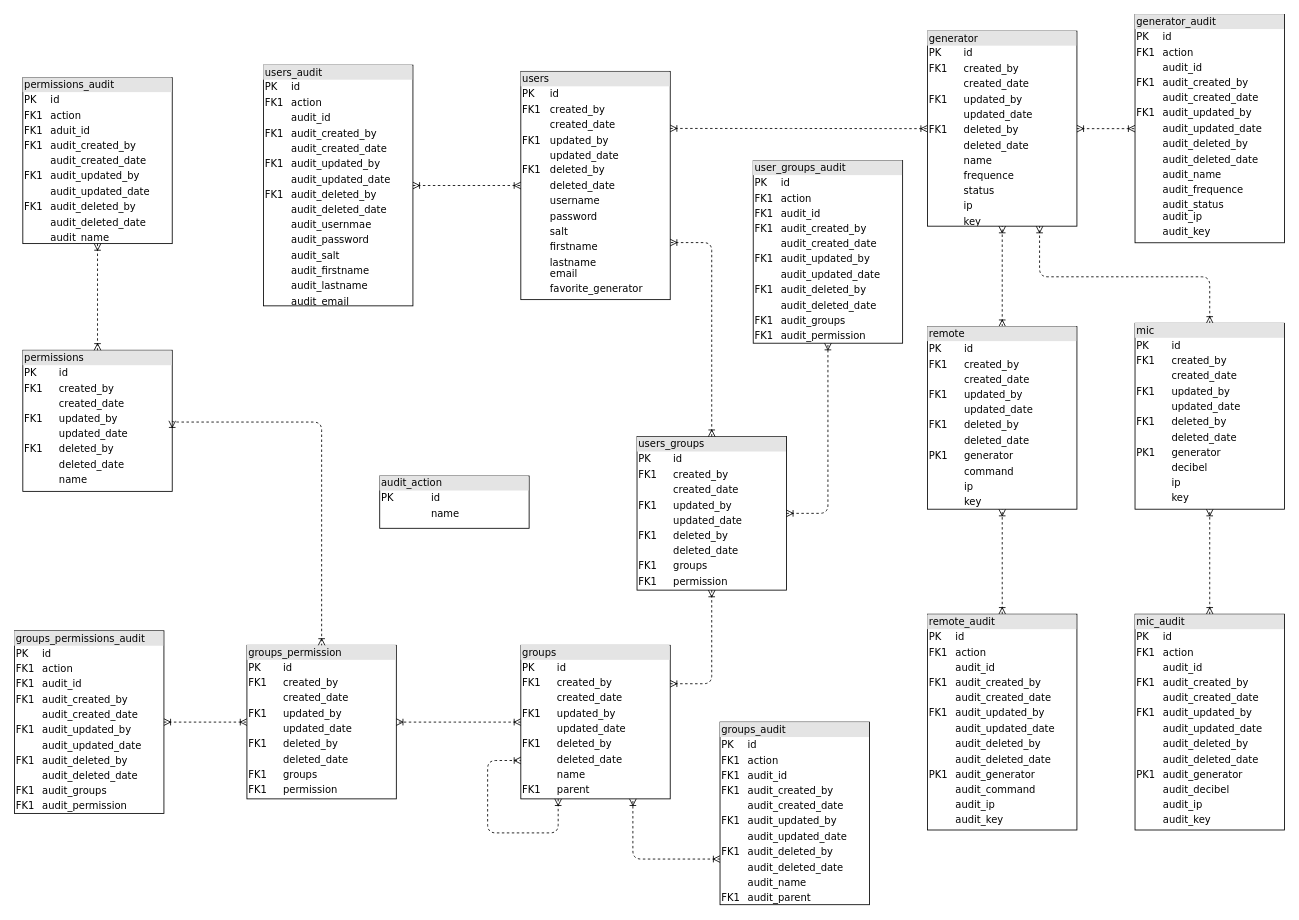
giuliobosco/freqline keeps this draw.io diagram as design/db.drawio. Above is the earlier version. Source tidied: cells renumbered, new cells numbered last; positions are measured from the earlier drawing's top-left corner, leaving out a move shared by most shapes. Both pictures are drawn from the tidied source at 83%, with x=0, y=0 at pixel (14, 14).
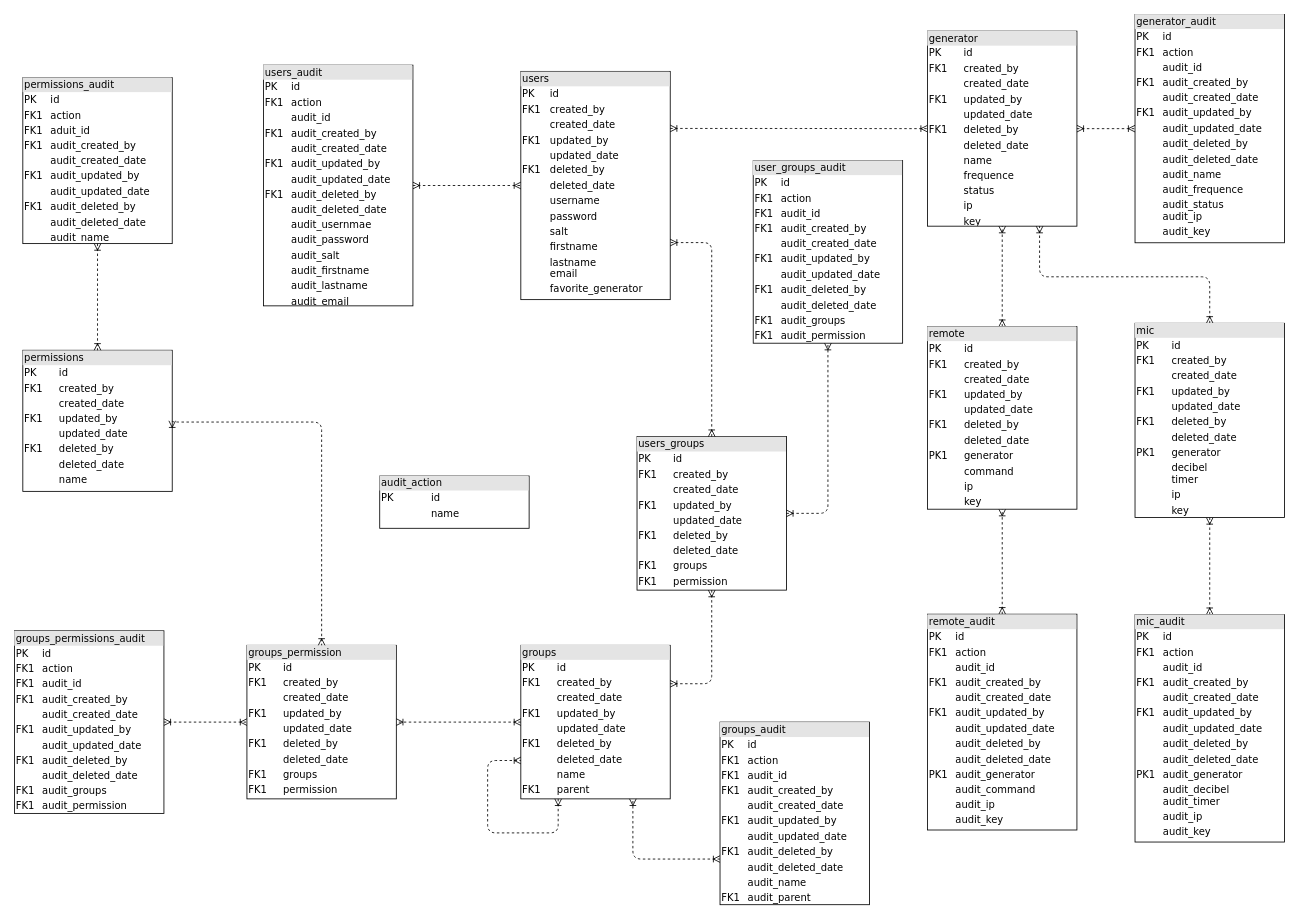
Above is the later version.

What changed in the source:
```diff
@@
-    <mxCell id="32" value="&lt;div style=&quot;box-sizing: border-box ; width: 100% ; background: #e4e4e4 ; padding: 2px&quot;&gt;mic&lt;/div&gt;&lt;table style=&quot;width: 100% ; font-size: 1em&quot; cellpadding=&quot;2&quot; cellspacing=&quot;0&quot;&gt;&lt;tbody&gt;&lt;tr&gt;&lt;td&gt;PK&lt;/td&gt;&lt;td&gt;id&lt;/td&gt;&lt;/tr&gt;&lt;tr&gt;&lt;td&gt;FK1&lt;/td&gt;&lt;td&gt;created_by&lt;/td&gt;&lt;/tr&gt;&lt;tr&gt;&lt;td&gt;&lt;/td&gt;&lt;td&gt;created_date&lt;/td&gt;&lt;/tr&gt;&lt;tr&gt;&lt;td&gt;FK1&lt;br&gt;&lt;/td&gt;&lt;td&gt;updated_by&lt;br&gt;&lt;/td&gt;&lt;/tr&gt;&lt;tr&gt;&lt;td&gt;&lt;br&gt;&lt;/td&gt;&lt;td&gt;updated_date&lt;/td&gt;&lt;/tr&gt;&lt;tr&gt;&lt;td&gt;FK1&lt;br&gt;&lt;/td&gt;&lt;td&gt;deleted_by&lt;br&gt;&lt;/td&gt;&lt;/tr&gt;&lt;tr&gt;&lt;td&gt;&lt;br&gt;&lt;/td&gt;&lt;td&gt;deleted_date&lt;br&gt;&lt;/td&gt;&lt;/tr&gt;&lt;tr&gt;&lt;td&gt;PK1&lt;/td&gt;&lt;td&gt;generator&lt;br&gt;&lt;/td&gt;&lt;/tr&gt;&lt;tr&gt;&lt;td&gt;&lt;/td&gt;&lt;td&gt;decibel&lt;/td&gt;&lt;/tr&gt;&lt;tr&gt;&lt;td&gt;&lt;br&gt;&lt;/td&gt;&lt;td&gt;ip&lt;br&gt;&lt;/td&gt;&lt;/tr&gt;&lt;tr&gt;&lt;td&gt;&lt;br&gt;&lt;/td&gt;&lt;td&gt;key&lt;/td&gt;&lt;/tr&gt;&lt;/tbody&gt;&lt;/table&gt;" style="verticalAlign=top;align=left;overflow=fill;html=1;rounded=0;shadow=0;comic=0;labelBackgroundColor=none;strokeColor=#000000;strokeWidth=1;fillColor=#ffffff;fontFamily=Verdana;fontSize=12;fontColor=#000000;" parent="1" vertex="1">
-      <mxGeometry x="1350" y="372" width="180" height="224" as="geometry" />
+    <mxCell id="32" value="&lt;div style=&quot;box-sizing: border-box ; width: 100% ; background: #e4e4e4 ; padding: 2px&quot;&gt;mic&lt;/div&gt;&lt;table style=&quot;width: 100% ; font-size: 1em&quot; cellpadding=&quot;2&quot; cellspacing=&quot;0&quot;&gt;&lt;tbody&gt;&lt;tr&gt;&lt;td&gt;PK&lt;/td&gt;&lt;td&gt;id&lt;/td&gt;&lt;/tr&gt;&lt;tr&gt;&lt;td&gt;FK1&lt;/td&gt;&lt;td&gt;created_by&lt;/td&gt;&lt;/tr&gt;&lt;tr&gt;&lt;td&gt;&lt;/td&gt;&lt;td&gt;created_date&lt;/td&gt;&lt;/tr&gt;&lt;tr&gt;&lt;td&gt;FK1&lt;br&gt;&lt;/td&gt;&lt;td&gt;updated_by&lt;br&gt;&lt;/td&gt;&lt;/tr&gt;&lt;tr&gt;&lt;td&gt;&lt;br&gt;&lt;/td&gt;&lt;td&gt;updated_date&lt;/td&gt;&lt;/tr&gt;&lt;tr&gt;&lt;td&gt;FK1&lt;br&gt;&lt;/td&gt;&lt;td&gt;deleted_by&lt;br&gt;&lt;/td&gt;&lt;/tr&gt;&lt;tr&gt;&lt;td&gt;&lt;br&gt;&lt;/td&gt;&lt;td&gt;deleted_date&lt;br&gt;&lt;/td&gt;&lt;/tr&gt;&lt;tr&gt;&lt;td&gt;PK1&lt;/td&gt;&lt;td&gt;generator&lt;br&gt;&lt;/td&gt;&lt;/tr&gt;&lt;tr&gt;&lt;td&gt;&lt;/td&gt;&lt;td&gt;decibel&lt;br&gt;timer&lt;/td&gt;&lt;/tr&gt;&lt;tr&gt;&lt;td&gt;&lt;br&gt;&lt;/td&gt;&lt;td&gt;ip&lt;br&gt;&lt;/td&gt;&lt;/tr&gt;&lt;tr&gt;&lt;td&gt;&lt;br&gt;&lt;/td&gt;&lt;td&gt;key&lt;/td&gt;&lt;/tr&gt;&lt;/tbody&gt;&lt;/table&gt;" style="verticalAlign=top;align=left;overflow=fill;html=1;rounded=0;shadow=0;comic=0;labelBackgroundColor=none;strokeColor=#000000;strokeWidth=1;fillColor=#ffffff;fontFamily=Verdana;fontSize=12;fontColor=#000000;" parent="1" vertex="1">
+      <mxGeometry x="1350" y="372" width="180" height="234" as="geometry" />
     </mxCell>
-    <mxCell id="33" value="&lt;div style=&quot;box-sizing: border-box ; width: 100% ; background: #e4e4e4 ; padding: 2px&quot;&gt;mic_audit&lt;/div&gt;&lt;table style=&quot;width: 100% ; font-size: 1em&quot; cellpadding=&quot;2&quot; cellspacing=&quot;0&quot;&gt;&lt;tbody&gt;&lt;tr&gt;&lt;td&gt;PK&lt;/td&gt;&lt;td&gt;id&lt;/td&gt;&lt;/tr&gt;&lt;tr&gt;&lt;td&gt;FK1&lt;/td&gt;&lt;td&gt;action&lt;/td&gt;&lt;/tr&gt;&lt;tr&gt;&lt;td&gt;&lt;/td&gt;&lt;td&gt;audit_id&lt;/td&gt;&lt;/tr&gt;&lt;tr&gt;&lt;td&gt;FK1&lt;br&gt;&lt;/td&gt;&lt;td&gt;audit_created_by&lt;/td&gt;&lt;/tr&gt;&lt;tr&gt;&lt;td&gt;&lt;br&gt;&lt;/td&gt;&lt;td&gt;audit_created_date&lt;/td&gt;&lt;/tr&gt;&lt;tr&gt;&lt;td&gt;FK1&lt;br&gt;&lt;/td&gt;&lt;td&gt;audit_updated_by&lt;br&gt;&lt;/td&gt;&lt;/tr&gt;&lt;tr&gt;&lt;td&gt;&lt;br&gt;&lt;/td&gt;&lt;td&gt;audit_updated_date&lt;br&gt;&lt;/td&gt;&lt;/tr&gt;&lt;tr&gt;&lt;td&gt;&lt;br&gt;&lt;/td&gt;&lt;td&gt;audit_deleted_by&lt;br&gt;&lt;/td&gt;&lt;/tr&gt;&lt;tr&gt;&lt;td&gt;&lt;/td&gt;&lt;td&gt;audit_deleted_date&lt;br&gt;&lt;/td&gt;&lt;/tr&gt;&lt;tr&gt;&lt;td&gt;PK1&lt;/td&gt;&lt;td&gt;audit_generator&lt;br&gt;&lt;/td&gt;&lt;/tr&gt;&lt;tr&gt;&lt;td&gt;&lt;br&gt;&lt;/td&gt;&lt;td&gt;audit_decibel&lt;/td&gt;&lt;/tr&gt;&lt;tr&gt;&lt;td&gt;&lt;br&gt;&lt;/td&gt;&lt;td&gt;audit_ip&lt;/td&gt;&lt;/tr&gt;&lt;tr&gt;&lt;td&gt;&lt;br&gt;&lt;/td&gt;&lt;td&gt;audit_key&lt;/td&gt;&lt;/tr&gt;&lt;/tbody&gt;&lt;/table&gt;" style="verticalAlign=top;align=left;overflow=fill;html=1;rounded=0;shadow=0;comic=0;labelBackgroundColor=none;strokeColor=#000000;strokeWidth=1;fillColor=#ffffff;fontFamily=Verdana;fontSize=12;fontColor=#000000;" parent="1" vertex="1">
-      <mxGeometry x="1350" y="722.5" width="180" height="260" as="geometry" />
+    <mxCell id="33" value="&lt;div style=&quot;box-sizing: border-box ; width: 100% ; background: #e4e4e4 ; padding: 2px&quot;&gt;mic_audit&lt;/div&gt;&lt;table style=&quot;width: 100% ; font-size: 1em&quot; cellpadding=&quot;2&quot; cellspacing=&quot;0&quot;&gt;&lt;tbody&gt;&lt;tr&gt;&lt;td&gt;PK&lt;/td&gt;&lt;td&gt;id&lt;/td&gt;&lt;/tr&gt;&lt;tr&gt;&lt;td&gt;FK1&lt;/td&gt;&lt;td&gt;action&lt;/td&gt;&lt;/tr&gt;&lt;tr&gt;&lt;td&gt;&lt;/td&gt;&lt;td&gt;audit_id&lt;/td&gt;&lt;/tr&gt;&lt;tr&gt;&lt;td&gt;FK1&lt;br&gt;&lt;/td&gt;&lt;td&gt;audit_created_by&lt;/td&gt;&lt;/tr&gt;&lt;tr&gt;&lt;td&gt;&lt;br&gt;&lt;/td&gt;&lt;td&gt;audit_created_date&lt;/td&gt;&lt;/tr&gt;&lt;tr&gt;&lt;td&gt;FK1&lt;br&gt;&lt;/td&gt;&lt;td&gt;audit_updated_by&lt;br&gt;&lt;/td&gt;&lt;/tr&gt;&lt;tr&gt;&lt;td&gt;&lt;br&gt;&lt;/td&gt;&lt;td&gt;audit_updated_date&lt;br&gt;&lt;/td&gt;&lt;/tr&gt;&lt;tr&gt;&lt;td&gt;&lt;br&gt;&lt;/td&gt;&lt;td&gt;audit_deleted_by&lt;br&gt;&lt;/td&gt;&lt;/tr&gt;&lt;tr&gt;&lt;td&gt;&lt;/td&gt;&lt;td&gt;audit_deleted_date&lt;br&gt;&lt;/td&gt;&lt;/tr&gt;&lt;tr&gt;&lt;td&gt;PK1&lt;/td&gt;&lt;td&gt;audit_generator&lt;br&gt;&lt;/td&gt;&lt;/tr&gt;&lt;tr&gt;&lt;td&gt;&lt;br&gt;&lt;/td&gt;&lt;td&gt;audit_decibel&lt;br&gt;audit_timer&lt;/td&gt;&lt;/tr&gt;&lt;tr&gt;&lt;td&gt;&lt;br&gt;&lt;/td&gt;&lt;td&gt;audit_ip&lt;/td&gt;&lt;/tr&gt;&lt;tr&gt;&lt;td&gt;&lt;br&gt;&lt;/td&gt;&lt;td&gt;audit_key&lt;/td&gt;&lt;/tr&gt;&lt;/tbody&gt;&lt;/table&gt;" style="verticalAlign=top;align=left;overflow=fill;html=1;rounded=0;shadow=0;comic=0;labelBackgroundColor=none;strokeColor=#000000;strokeWidth=1;fillColor=#ffffff;fontFamily=Verdana;fontSize=12;fontColor=#000000;" parent="1" vertex="1">
+      <mxGeometry x="1350" y="723" width="180" height="274" as="geometry" />
     </mxCell>
```
